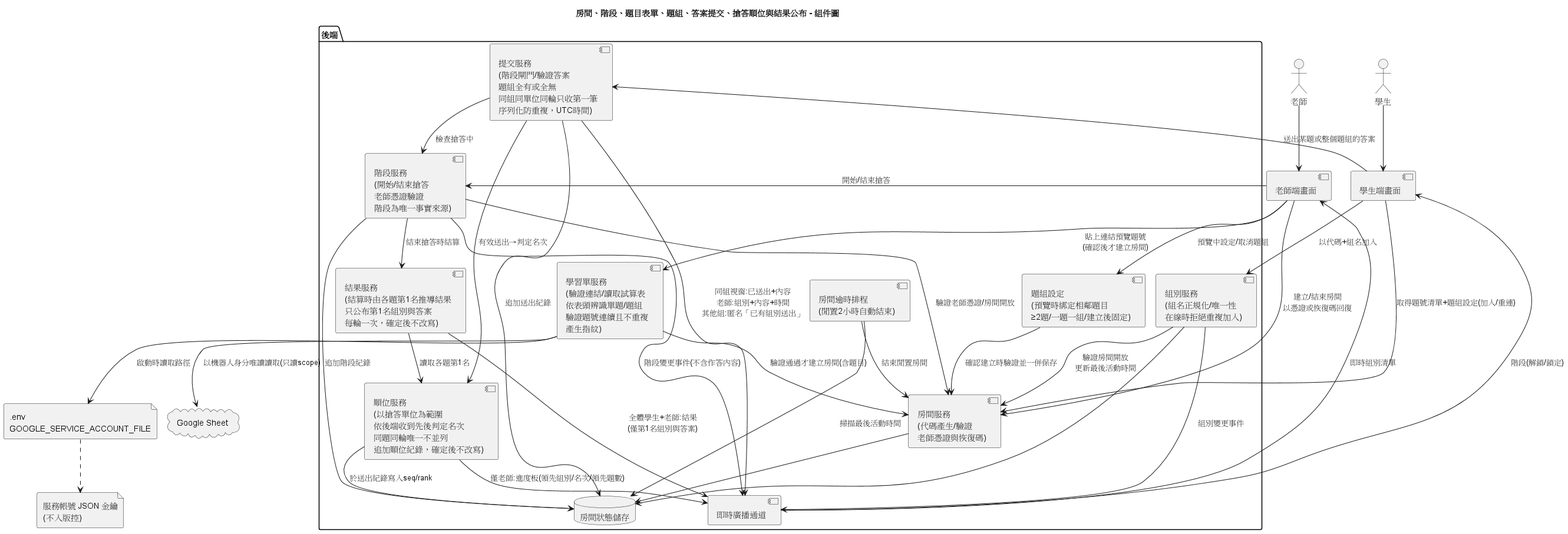
Earlier version of the PlantUML export diagrams/component.png (lin900822/ncu-se-final).
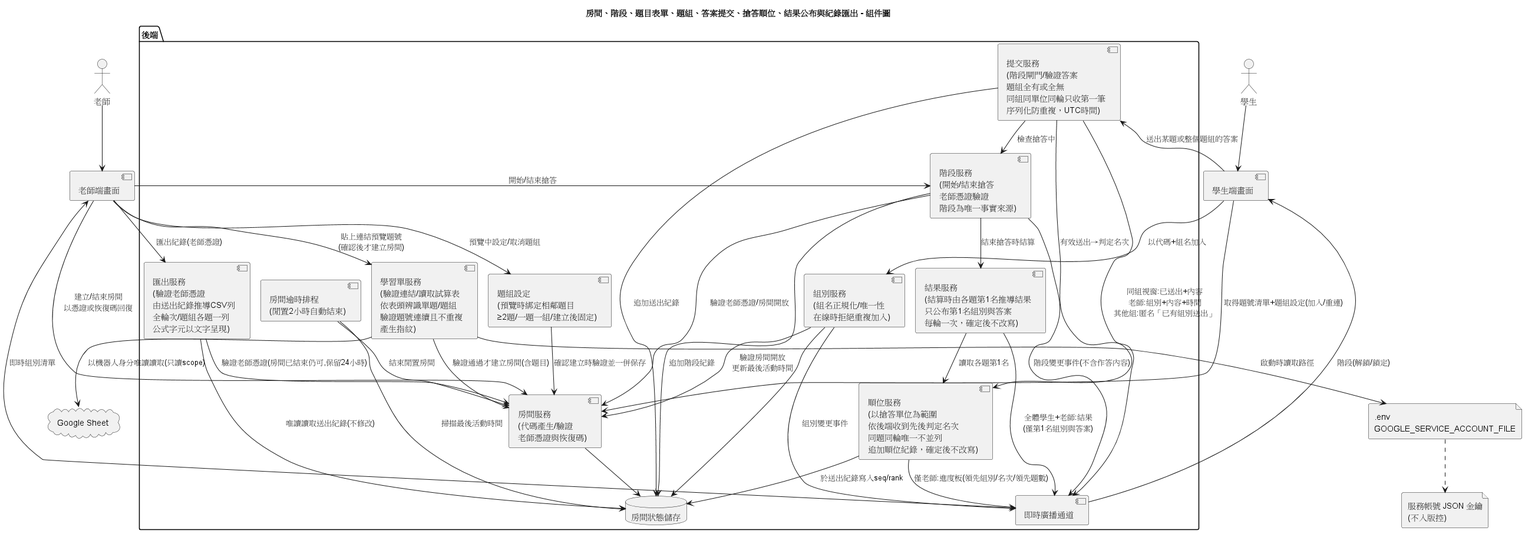
After the change.

The edit, as a diff of the source:
```diff
@@ -1,6 +1,6 @@
 @startuml component
 !pragma layout smetana
-title 房間、階段、題目表單、題組、答案提交、搶答順位與結果公布 - 組件圖
+title 房間、階段、題目表單、題組、答案提交、搶答順位、結果公布與紀錄匯出 - 組件圖
 actor 老師
 actor 學生
 component "老師端畫面" as TUI
@@ -13,6 +13,7 @@
   component "提交服務\n(階段閘門/驗證答案\n題組全有或全無\n同組同單位同輪只收第一筆\n序列化防重複，UTC時間)" as SubmitSvc
   component "順位服務\n(以搶答單位為範圍\n依後端收到先後判定名次\n同題同輪唯一不並列\n追加順位紀錄，確定後不改寫)" as RankSvc
   component "結果服務\n(結算時由各題第1名推導結果\n只公布第1名組別與答案\n每輪一次，確定後不改寫)" as ResultSvc
+  component "匯出服務\n(驗證老師憑證\n由送出紀錄推導CSV列\n全輪次/題組各題一列\n公式字元以文字呈現)" as ExportSvc
   component "階段服務\n(開始/結束搶答\n老師憑證驗證\n階段為唯一事實來源)" as PhaseSvc
   component "房間逾時排程\n(閒置2小時自動結束)" as Expiry
   component "即時廣播通道" as Realtime
@@ -42,6 +43,9 @@
 ResultSvc --> Realtime : 全體學生+老師:結果\n(僅第1名組別與答案)
 ResultSvc --> RankSvc : 讀取各題第1名
 TUI --> PhaseSvc : 開始/結束搶答
+TUI --> ExportSvc : 匯出紀錄(老師憑證)
+ExportSvc --> RoomSvc : 驗證老師憑證(房間已結束仍可,保留24小時)
+ExportSvc --> Store : 唯讀讀取送出紀錄(不修改)
 PhaseSvc --> RoomSvc : 驗證老師憑證/房間開放
 PhaseSvc --> Store : 追加階段紀錄
 PhaseSvc --> Realtime : 階段變更事件(不含作答內容)
```
